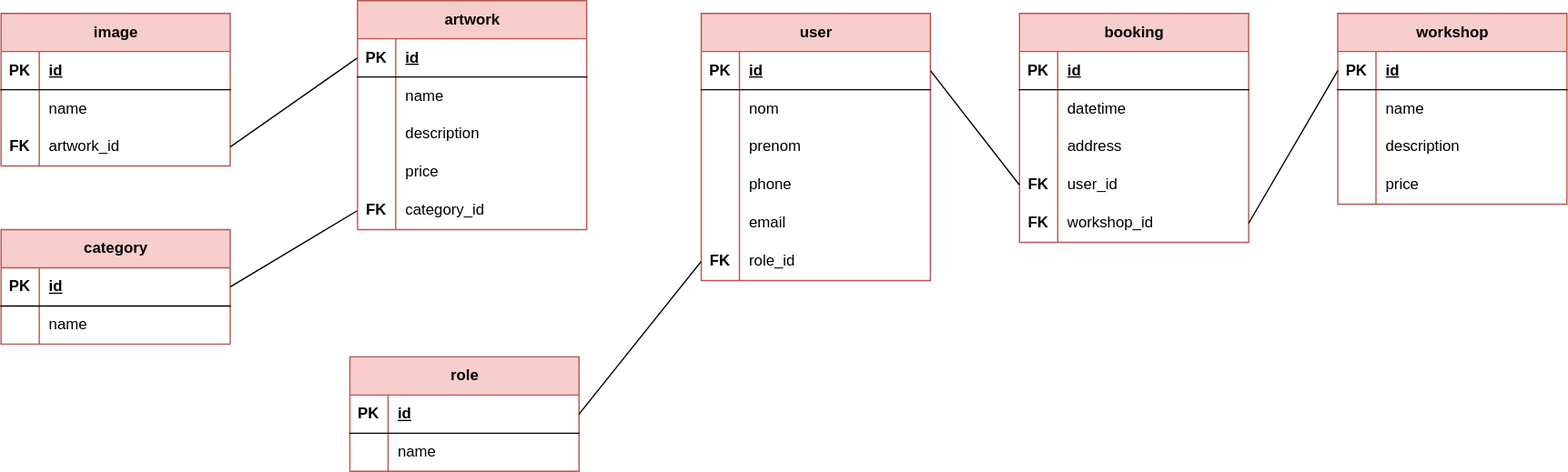
Mabrouka659/madameqalam keeps this draw.io diagram as code/server/merise/projet madameqalame/MLD.calligraphie.drawio.svg. Above is the earlier version. Source tidied: cells renumbered, new cells last; positions are measured from the earlier drawing's top-left corner, leaving out a move shared by most shapes.
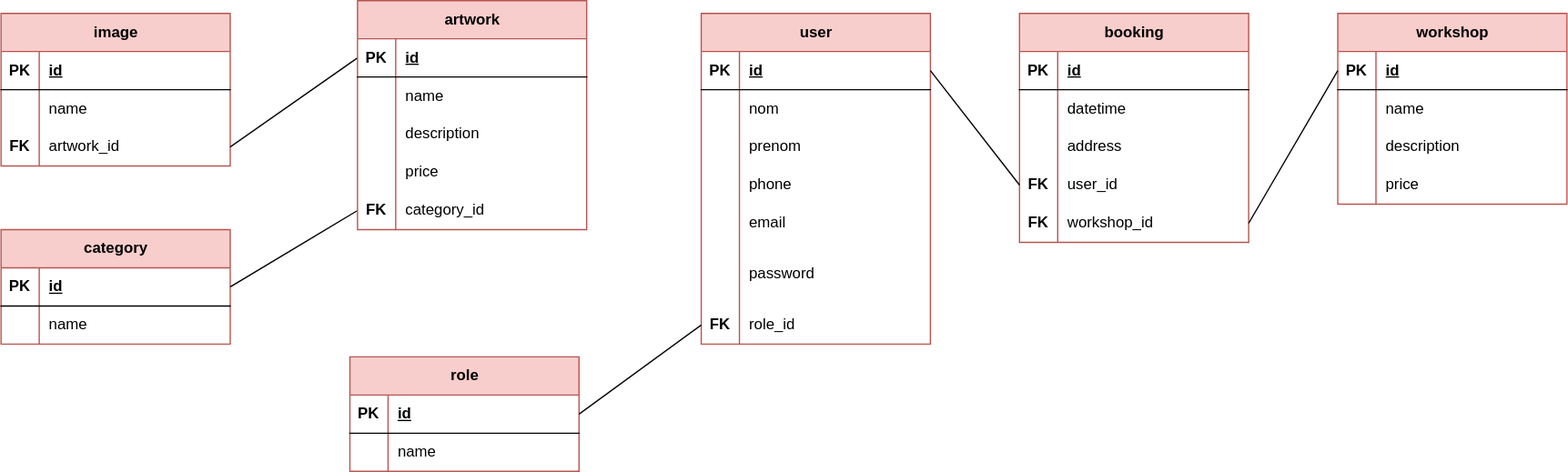
The same file after the commit.

Diff of the diagram source:
```diff
@@ -54,7 +54,7 @@
       <mxGeometry x="30" width="150" height="30" as="geometry" />
     </mxCell>
     <mxCell id="19" value="user" style="shape=table;startSize=30;rowLines=0;fontStyle=1;align=center;html=1;fillColor=#f8cecc;strokeColor=#b85450;swimlaneFillColor=default;" parent="1" vertex="1">
-      <mxGeometry x="550" y="10" width="180" height="210" as="geometry" />
+      <mxGeometry x="550" y="10" width="180" height="260" as="geometry" />
     </mxCell>
     <mxCell id="20" style="shape=tableRow;horizontal=0;startSize=0;swimlaneHead=0;swimlaneBody=0;fillColor=none;points=[[0,0.5],[1,0.5]];portConstraint=eastwest;top=0;left=0;right=0;bottom=1;" parent="19" vertex="1">
       <mxGeometry y="30" width="180" height="30" as="geometry" />
@@ -102,14 +102,23 @@
       <mxGeometry x="30" width="150" height="30" as="geometry" />
     </mxCell>
     <mxCell id="35" style="shape=tableRow;horizontal=0;startSize=0;swimlaneHead=0;swimlaneBody=0;fillColor=none;points=[[0,0.5],[1,0.5]];portConstraint=eastwest;top=0;left=0;right=0;bottom=0;" parent="19" vertex="1">
-      <mxGeometry y="180" width="180" height="30" as="geometry" />
+      <mxGeometry y="180" width="180" height="50" as="geometry" />
     </mxCell>
-    <mxCell id="36" value="FK" style="shape=partialRectangle;fillColor=none;top=0;left=0;bottom=0;right=0;overflow=hidden;whiteSpace=wrap;html=1;fontStyle=1;" parent="35" vertex="1">
-      <mxGeometry width="30" height="30" as="geometry" />
+    <mxCell id="36" style="shape=partialRectangle;fillColor=none;top=0;left=0;bottom=0;right=0;overflow=hidden;whiteSpace=wrap;html=1;fontStyle=1;" parent="35" vertex="1">
+      <mxGeometry width="30" height="50" as="geometry" />
     </mxCell>
-    <mxCell id="37" value="role_id" style="shape=partialRectangle;fillColor=none;top=0;left=0;bottom=0;right=0;align=left;spacingLeft=6;overflow=hidden;whiteSpace=wrap;html=1;" parent="35" vertex="1">
-      <mxGeometry x="30" width="150" height="30" as="geometry" />
+    <mxCell id="37" value="password" style="shape=partialRectangle;fillColor=none;top=0;left=0;bottom=0;right=0;align=left;spacingLeft=6;overflow=hidden;whiteSpace=wrap;html=1;" parent="35" vertex="1">
+      <mxGeometry x="30" width="150" height="50" as="geometry" />
     </mxCell>
+    <mxCell id="95" style="shape=tableRow;horizontal=0;startSize=0;swimlaneHead=0;swimlaneBody=0;fillColor=none;points=[[0,0.5],[1,0.5]];portConstraint=eastwest;top=0;left=0;right=0;bottom=0;" parent="19" vertex="1">
+      <mxGeometry y="230" width="180" height="30" as="geometry" />
+    </mxCell>
+    <mxCell id="96" value="&lt;span style=&quot;color: rgb(0, 0, 0); font-weight: 700;&quot;&gt;FK&lt;/span&gt;" style="shape=partialRectangle;fillColor=none;top=0;left=0;bottom=0;right=0;overflow=hidden;whiteSpace=wrap;html=1;" parent="95" vertex="1">
+      <mxGeometry width="30" height="30" as="geometry" />
+    </mxCell>
+    <mxCell id="97" value="&lt;span style=&quot;color: rgb(0, 0, 0);&quot;&gt;role_id&lt;/span&gt;" style="shape=partialRectangle;fillColor=none;top=0;left=0;bottom=0;right=0;align=left;spacingLeft=6;overflow=hidden;whiteSpace=wrap;html=1;" parent="95" vertex="1">
+      <mxGeometry x="30" width="150" height="30" as="geometry" />
+    </mxCell>
     <mxCell id="38" value="role" style="shape=table;startSize=30;rowLines=0;fontStyle=1;align=center;html=1;fillColor=#f8cecc;strokeColor=#b85450;swimlaneFillColor=default;" parent="1" vertex="1">
       <mxGeometry x="274" y="280" width="180" height="90" as="geometry" />
     </mxCell>
@@ -224,7 +233,7 @@
     <mxCell id="75" style="endArrow=none;html=1;rounded=0;exitX=1;exitY=0.5;exitDx=0;exitDy=0;entryX=0;entryY=0.5;entryDx=0;entryDy=0;" parent="1" edge="1" source="13" target="92">
       <mxGeometry relative="1" as="geometry" />
     </mxCell>
-    <mxCell id="76" style="endArrow=none;html=1;rounded=0;entryX=1;entryY=0.5;entryDx=0;entryDy=0;exitX=0;exitY=0.5;exitDx=0;exitDy=0;" parent="1" edge="1" source="35" target="39">
+    <mxCell id="76" style="endArrow=none;html=1;rounded=0;entryX=1;entryY=0.5;entryDx=0;entryDy=0;exitX=0;exitY=0.5;exitDx=0;exitDy=0;" parent="1" edge="1" source="95" target="39">
       <mxGeometry relative="1" as="geometry" />
     </mxCell>
     <mxCell id="77" style="endArrow=none;html=1;rounded=0;entryX=0;entryY=0.5;entryDx=0;entryDy=0;exitX=1;exitY=0.5;exitDx=0;exitDy=0;" parent="1" edge="1" source="20" target="55">
```
